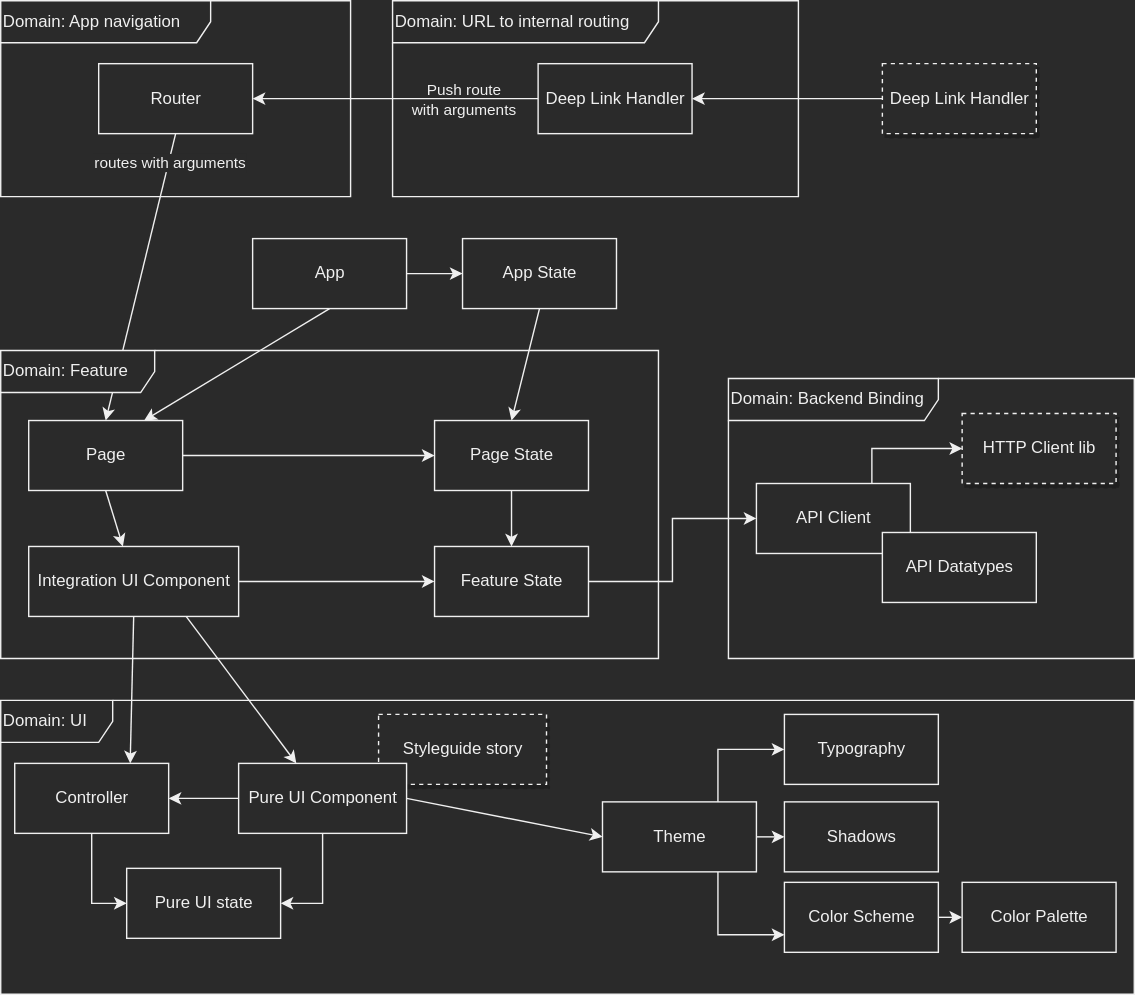
This is frontend-architecture-blueprint.svg from GerroDen/frontend-architecture-blueprint, a draw.io export, as it was before one commit. Source tidied: cells renumbered, new cells last; positions are measured from the earlier drawing's top-left corner, leaving out a move shared by most shapes.
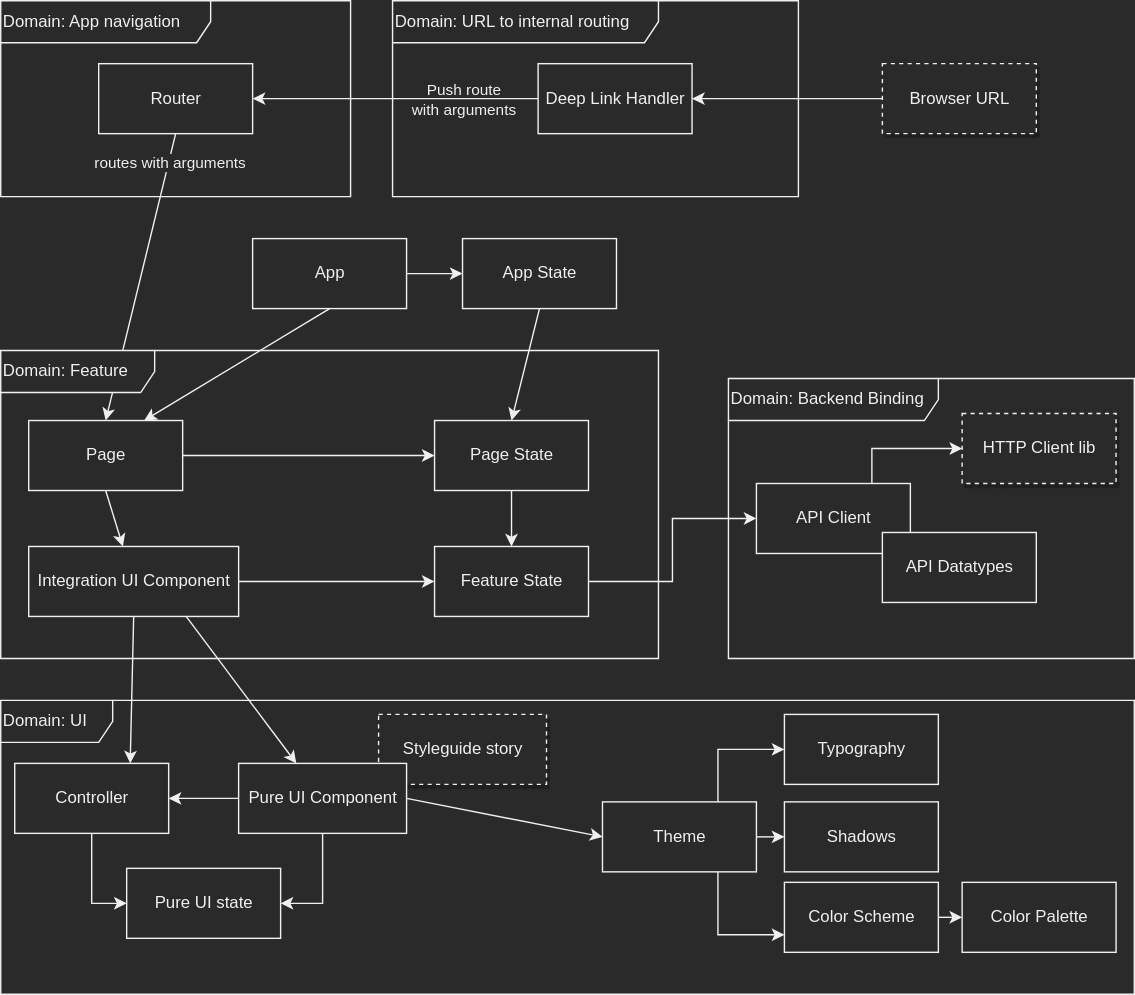
After the commit.

Change to the diagram source:
```diff
@@ -154,7 +154,7 @@
     <mxCell id="49" style="edgeStyle=orthogonalEdgeStyle;rounded=0;jettySize=auto;html=1;exitX=0;exitY=0.5;exitDx=0;exitDy=0;entryX=1;entryY=0.5;entryDx=0;entryDy=0;" parent="1" edge="1" source="50" target="48">
       <mxGeometry relative="1" as="geometry" />
     </mxCell>
-    <mxCell id="50" value="Deep Link Handler" style="html=1;align=center;dashed=1;shadow=1;" parent="1" vertex="1">
+    <mxCell id="50" value="Browser URL" style="html=1;align=center;dashed=1;shadow=1;" parent="1" vertex="1">
       <mxGeometry x="630" y="45" width="110" height="50" as="geometry" />
     </mxCell>
     <mxCell id="51" style="rounded=0;jettySize=auto;html=1;exitX=0.5;exitY=1;exitDx=0;exitDy=0;entryX=0.75;entryY=0;entryDx=0;entryDy=0;" parent="1" edge="1" source="43" target="31">
```
